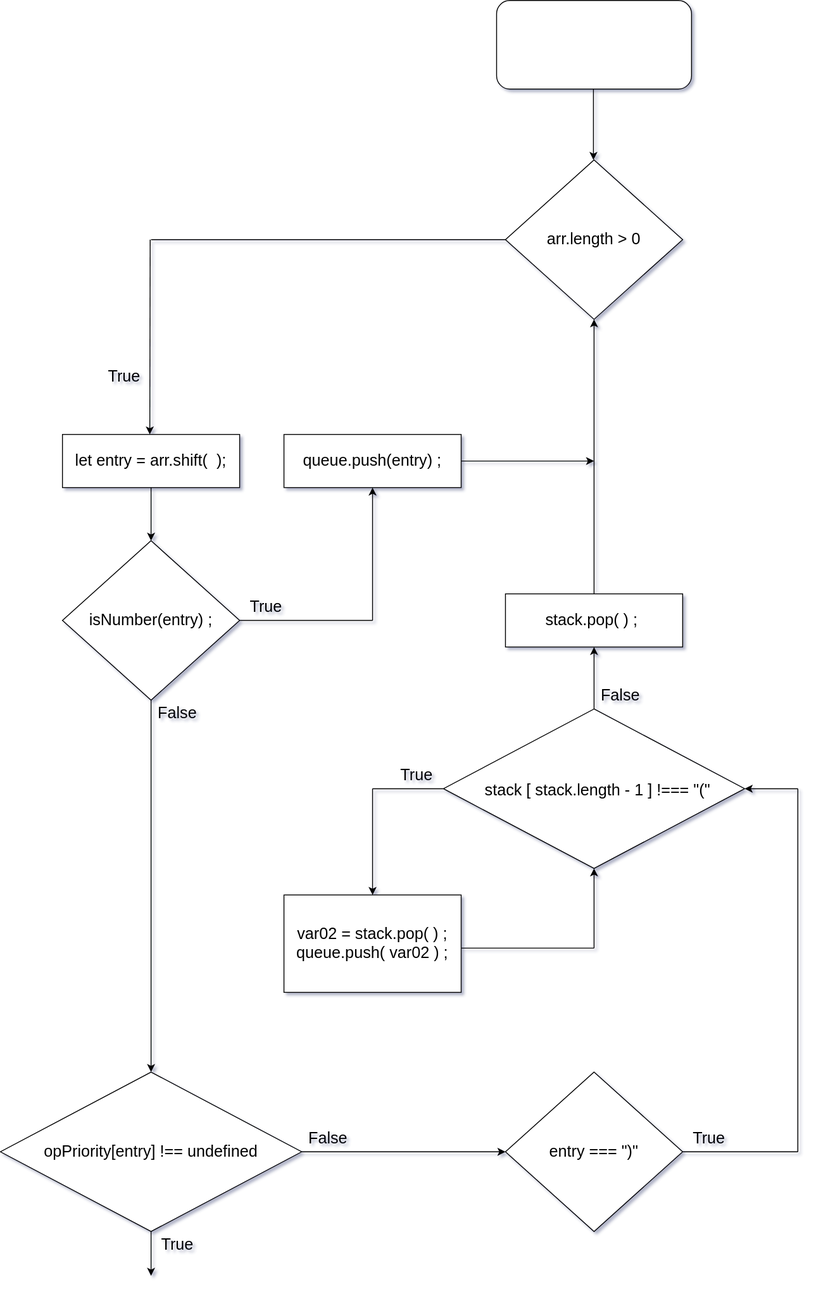
Earlier version of the draw.io export Untitled Diagram.drawio.svg (jcgm3205/jcgm3205). Source tidied: cells renumbered, new cells last; positions are measured from the earlier drawing's top-left corner, leaving out a move shared by most shapes.
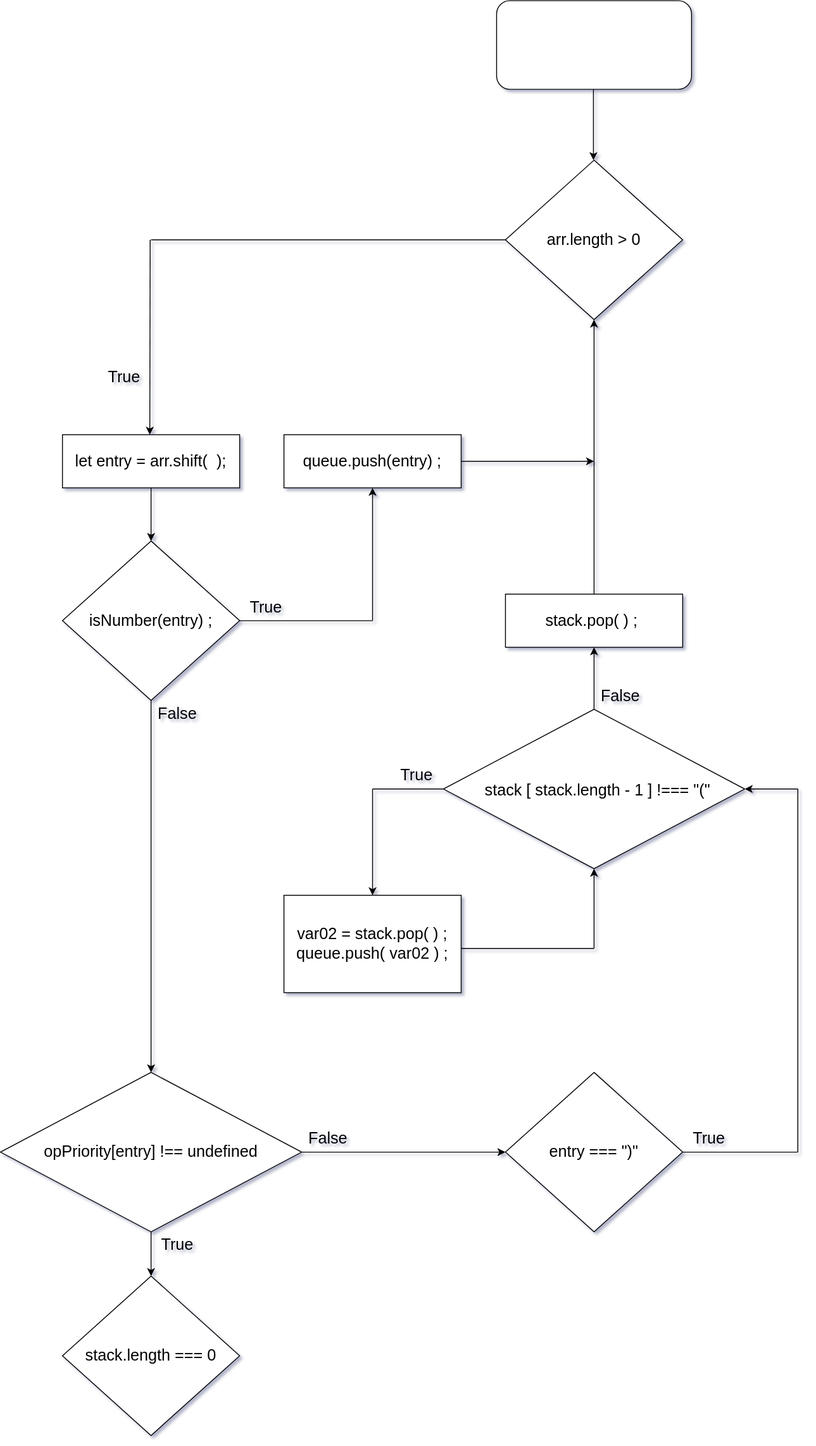
After the change.

Change to the diagram source:
```diff
@@ -184,5 +184,11 @@
     <mxCell id="47" value="True" style="text;html=1;strokeColor=none;fillColor=none;align=center;verticalAlign=middle;whiteSpace=wrap;rounded=0;fontSize=18;" parent="1" vertex="1">
       <mxGeometry x="170" y="1390" width="60" height="30" as="geometry" />
     </mxCell>
+    <mxCell id="48" style="rhombus;whiteSpace=wrap;html=1;fontSize=14;" parent="1" vertex="1">
+      <mxGeometry x="70" y="1440" width="200" height="180" as="geometry" />
+    </mxCell>
+    <mxCell id="49" value="stack.length === 0" style="text;html=1;strokeColor=none;fillColor=none;align=center;verticalAlign=middle;whiteSpace=wrap;rounded=0;fontSize=18;" parent="1" vertex="1">
+      <mxGeometry x="90" y="1480" width="160" height="100" as="geometry" />
+    </mxCell>
   </root>
 </mxGraphModel>
```
